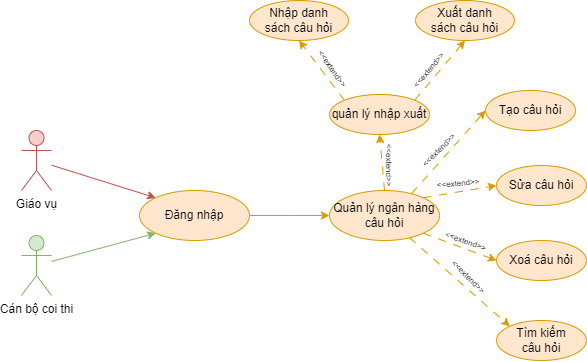
Before: document/temp/draw/usecase_phanra/usecase_nganhangcauhoi.drawio.png, a diagram exported from draw.io (copecute/Edudex-Quiz). Source tidied: cells renumbered, new cells last; positions are measured from the earlier drawing's top-left corner, leaving out a move shared by most shapes.
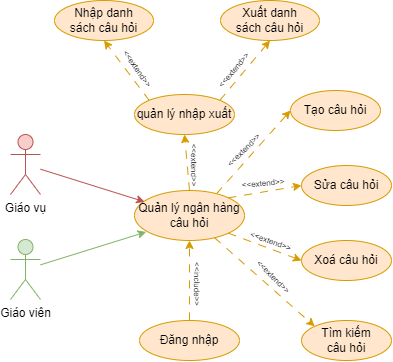
Above is the later version.

Change to the diagram source:
```diff
@@ -68,25 +68,28 @@
     <mxCell id="23" value="&lt;font style=&quot;font-size: 8px;&quot;&gt;&amp;lt;&amp;lt;extend&amp;gt;&amp;gt;&lt;/font&gt;" style="text;html=1;strokeColor=none;fillColor=none;align=center;verticalAlign=middle;whiteSpace=wrap;rounded=0;rotation=-50;" parent="1" vertex="1">
       <mxGeometry x="377" y="54" width="60" height="30" as="geometry" />
     </mxCell>
-    <mxCell id="24" style="rounded=0;jettySize=auto;html=1;entryX=0;entryY=0;entryDx=0;entryDy=0;fillColor=#f8cecc;strokeColor=#b85450;" parent="1" edge="1" source="25" target="29">
-      <mxGeometry relative="1" as="geometry" />
+    <mxCell id="24" style="rounded=0;jettySize=auto;html=1;entryX=0;entryY=0;entryDx=0;entryDy=0;fillColor=#f8cecc;strokeColor=#b85450;" parent="1" edge="1" source="25">
+      <mxGeometry relative="1" as="geometry">
+        <mxPoint x="318.2" y="201.3" as="targetPoint" />
+      </mxGeometry>
     </mxCell>
     <mxCell id="25" value="Giáo vụ" style="shape=umlActor;verticalLabelPosition=bottom;verticalAlign=top;html=1;outlineConnect=0;fillColor=#f8cecc;strokeColor=#b85450;" parent="1" vertex="1">
-      <mxGeometry y="130" width="30" height="60" as="geometry" />
+      <mxGeometry x="184" y="134" width="30" height="60" as="geometry" />
     </mxCell>
-    <mxCell id="26" style="rounded=0;jettySize=auto;html=1;entryX=0;entryY=1;entryDx=0;entryDy=0;fillColor=#d5e8d4;strokeColor=#82b366;" parent="1" edge="1" source="27" target="29">
+    <mxCell id="26" style="rounded=0;jettySize=auto;html=1;entryX=0.106;entryY=0.829;entryDx=0;entryDy=0;fillColor=#d5e8d4;strokeColor=#82b366;entryPerimeter=0;" parent="1" edge="1" source="27" target="5">
       <mxGeometry relative="1" as="geometry" />
     </mxCell>
-    <mxCell id="27" value="Cán bộ coi thi" style="shape=umlActor;verticalLabelPosition=bottom;verticalAlign=top;html=1;outlineConnect=0;fillColor=#d5e8d4;strokeColor=#82b366;" parent="1" vertex="1">
-      <mxGeometry y="235" width="30" height="60" as="geometry" />
+    <mxCell id="27" value="Giáo viên" style="shape=umlActor;verticalLabelPosition=bottom;verticalAlign=top;html=1;outlineConnect=0;fillColor=#d5e8d4;strokeColor=#82b366;" parent="1" vertex="1">
+      <mxGeometry x="184" y="239" width="30" height="60" as="geometry" />
     </mxCell>
-    <mxCell id="28" style="edgeStyle=orthogonalEdgeStyle;rounded=0;jettySize=auto;html=1;entryX=0;entryY=0.5;entryDx=0;entryDy=0;fillColor=#ffe6cc;strokeColor=#d79b00;" parent="1" edge="1" source="29">
-      <mxGeometry relative="1" as="geometry">
-        <mxPoint x="308" y="215" as="targetPoint" />
-      </mxGeometry>
-    </mxCell>
+    <mxCell id="30" style="edgeStyle=orthogonalEdgeStyle;rounded=0;jettySize=auto;html=1;entryX=0.5;entryY=1;entryDx=0;entryDy=0;fillColor=#ffe6cc;strokeColor=#d79b00;dashed=1;dashPattern=8 8;" parent="1" edge="1" source="29" target="5">
+      <mxGeometry relative="1" as="geometry" />
+    </mxCell>
     <mxCell id="29" value="Đăng nhập" style="ellipse;whiteSpace=wrap;html=1;fillColor=#ffe6cc;strokeColor=#d79b00;" parent="1" vertex="1">
-      <mxGeometry x="118" y="190" width="110" height="50" as="geometry" />
+      <mxGeometry x="313" y="320" width="100" height="40" as="geometry" />
     </mxCell>
+    <mxCell id="31" value="&lt;font style=&quot;font-size: 8px;&quot;&gt;&amp;lt;&amp;lt;include&amp;gt;&amp;gt;&lt;/font&gt;" style="text;html=1;strokeColor=none;fillColor=none;align=center;verticalAlign=middle;whiteSpace=wrap;rounded=0;rotation=90;" parent="1" vertex="1">
+      <mxGeometry x="342" y="269" width="60" height="30" as="geometry" />
+    </mxCell>
   </root>
 </mxGraphModel>
```
